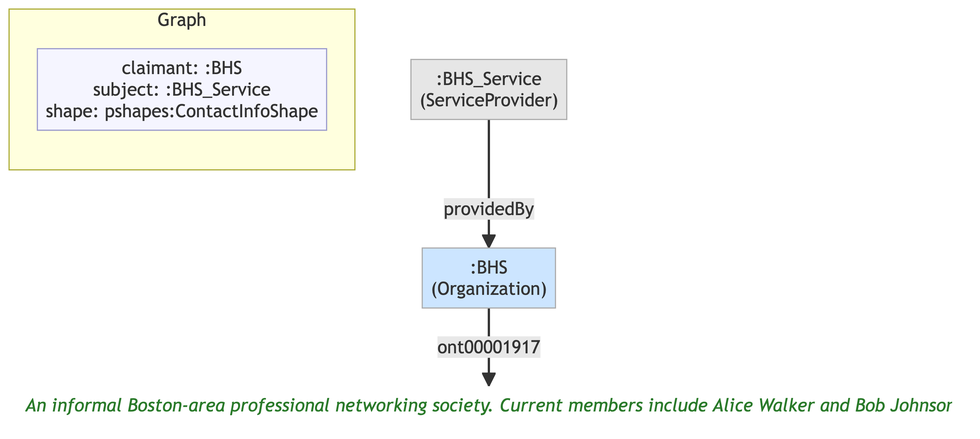
Before: example/graphs/images/graph-01.png, a diagram exported from Mermaid (MeeFoundation/mia-ontologies). Its source is kept beside it as example/graphs/images/graph-01.mmd.
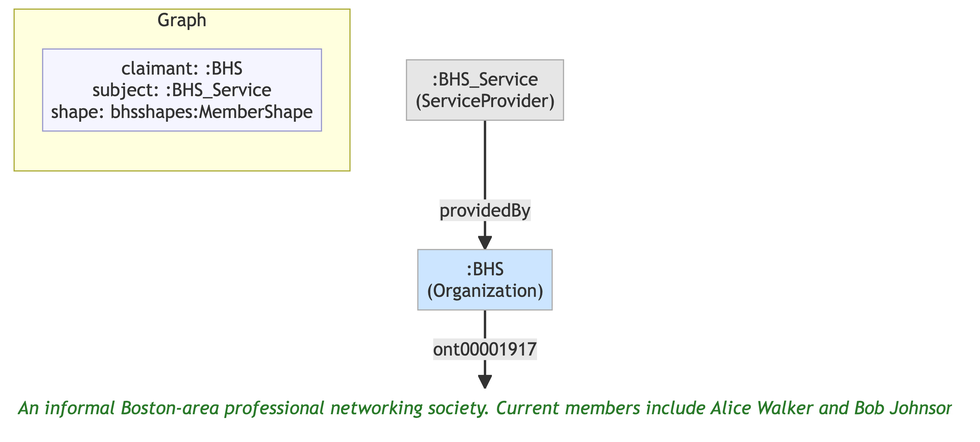
Later version of the same file.

The edit, as a diff of the source:
```diff
@@ -7,12 +7,12 @@
 
     subgraph ctx["Graph"]
         direction LR
-        ctx_meta["claimant: :BHS\nsubject: :BHS_Service\nshape: pshapes:ContactInfoShape"]:::meta
+        ctx_meta["claimant: :BHS\nsubject: :BHS_Service\nshape: bhsshapes:MemberShape"]:::meta
     end
 
     n8eb8cf796f42[":BHS\n(Organization)"]:::org
-    nf35688b3fd3f("An informal Boston-area professional networking society. Current members include Alice Walker and Bob Johnson."):::lit
+    n99e4395e400f("An informal Boston-area professional networking society. Current members include Alice Walker and Bob Johnson."):::lit
     n4b40da4ec70f[":BHS_Service\n(ServiceProvider)"]:::service
 
-    n8eb8cf796f42 -->|"ont00001917"| nf35688b3fd3f
+    n8eb8cf796f42 -->|"ont00001917"| n99e4395e400f
     n4b40da4ec70f -->|"providedBy"| n8eb8cf796f42
```
